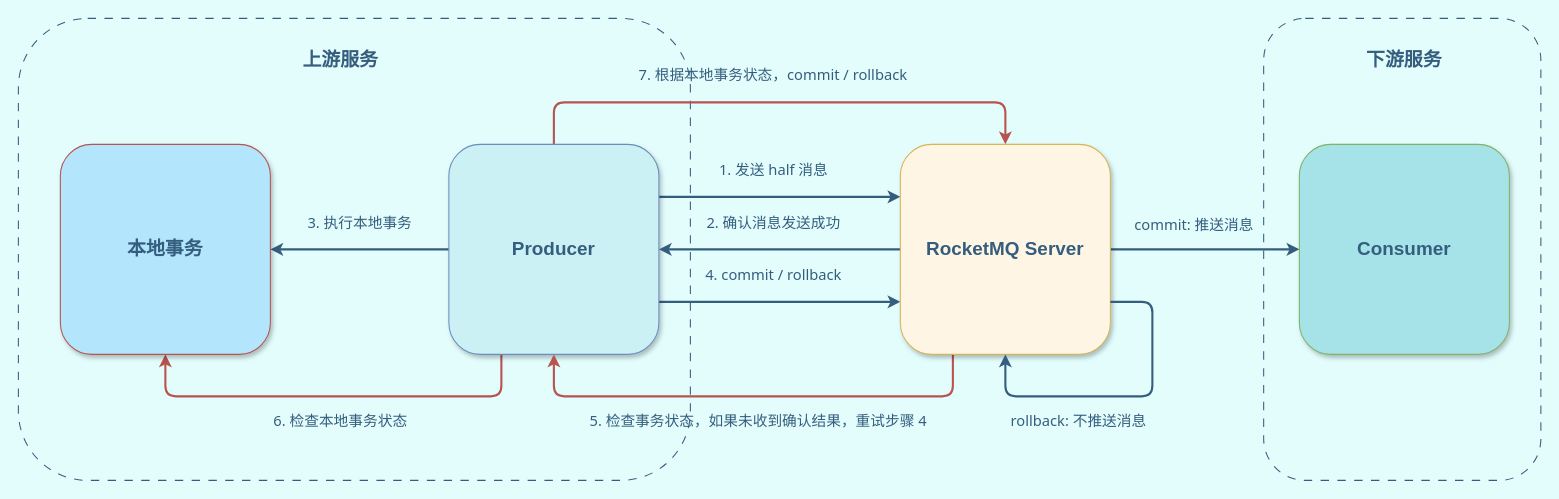
This is page "MQ消息" (12 of 17) of assets/分布式/分布式协同/分布式事务.drawio from dunwu/waterdrop, a draw.io file, before an edit. Source tidied: cells renumbered, new cells numbered last; positions are measured from the earlier drawing's top-left corner, leaving out a move shared by most shapes. Both pictures are drawn from the tidied source at 105%, with x=0, y=0 at pixel (18, 18).
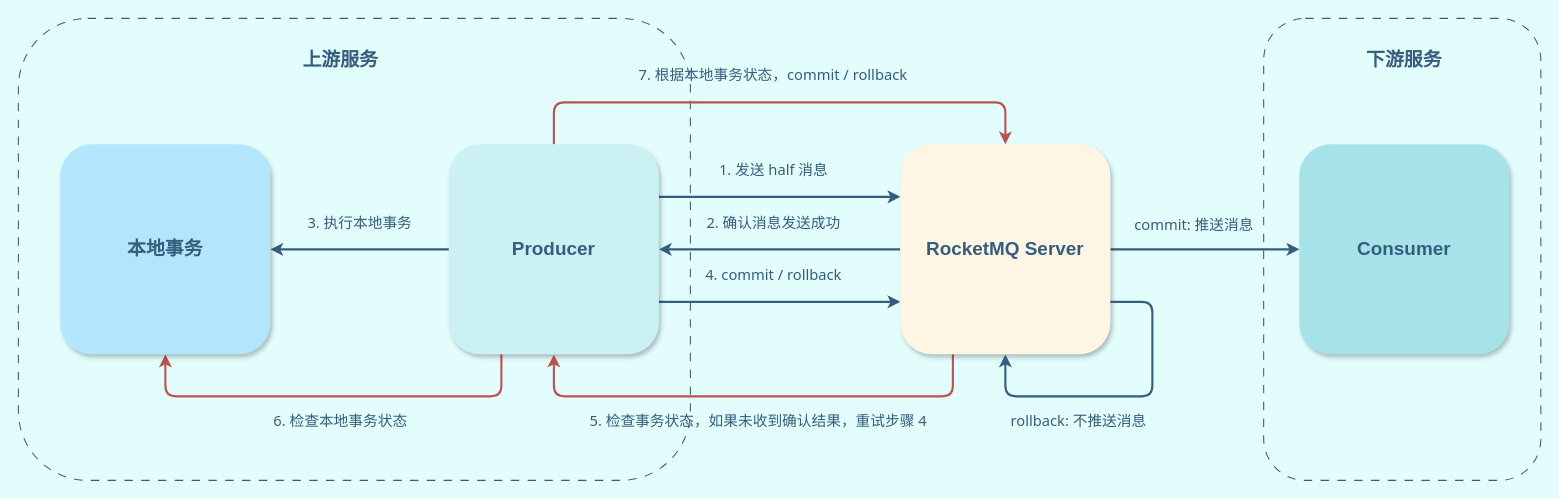
After the change.

Commit message (it also covers changes not shown here):
docs: 更新思维导图

Change to the diagram source:
```diff
@@
-    <mxCell id="9" value="Producer" style="rounded=1;whiteSpace=wrap;html=1;strokeColor=#6c8ebf;align=center;verticalAlign=middle;fontFamily=Helvetica;fontSize=18;fillColor=#CBF1F5;fontStyle=1;shadow=1;fontColor=#355E7E;" parent="1" vertex="1">
+    <mxCell id="9" value="Producer" style="rounded=1;whiteSpace=wrap;html=1;strokeColor=none;align=center;verticalAlign=middle;fontFamily=Helvetica;fontSize=18;fillColor=#CBF1F5;fontStyle=1;shadow=1;fontColor=#355E7E;" parent="1" vertex="1">
       <mxGeometry x="410" y="120" width="200" height="200" as="geometry" />
     </mxCell>
@@
-    <mxCell id="13" value="RocketMQ Server" style="rounded=1;whiteSpace=wrap;html=1;strokeColor=#d6b656;align=center;verticalAlign=middle;fontFamily=Helvetica;fontSize=18;fillColor=#FFF5E4;fontStyle=1;shadow=1;fontColor=#355E7E;" parent="1" vertex="1">
+    <mxCell id="13" value="RocketMQ Server" style="rounded=1;whiteSpace=wrap;html=1;strokeColor=none;align=center;verticalAlign=middle;fontFamily=Helvetica;fontSize=18;fillColor=#FFF5E4;fontStyle=1;shadow=1;fontColor=#355E7E;" parent="1" vertex="1">
       <mxGeometry x="840" y="120" width="200" height="200" as="geometry" />
     </mxCell>
@@
-    <mxCell id="17" value="本地事务" style="rounded=1;whiteSpace=wrap;html=1;strokeColor=#b85450;align=center;verticalAlign=middle;fontFamily=Helvetica;fontSize=18;fillColor=#B3E5FC;fontStyle=1;shadow=1;fontColor=#355E7E;" parent="1" vertex="1">
+    <mxCell id="17" value="本地事务" style="rounded=1;whiteSpace=wrap;html=1;strokeColor=none;align=center;verticalAlign=middle;fontFamily=Helvetica;fontSize=18;fillColor=#B3E5FC;fontStyle=1;shadow=1;fontColor=#355E7E;" parent="1" vertex="1">
       <mxGeometry x="40" y="120" width="200" height="200" as="geometry" />
     </mxCell>
@@
-    <mxCell id="22" value="Consumer" style="rounded=1;whiteSpace=wrap;html=1;strokeColor=#82b366;align=center;verticalAlign=middle;fontFamily=Helvetica;fontSize=18;fillColor=#A6E3E9;fontStyle=1;shadow=1;fontColor=#355E7E;" parent="1" vertex="1">
+    <mxCell id="22" value="Consumer" style="rounded=1;whiteSpace=wrap;html=1;strokeColor=none;align=center;verticalAlign=middle;fontFamily=Helvetica;fontSize=18;fillColor=#A6E3E9;fontStyle=1;shadow=1;fontColor=#355E7E;" parent="1" vertex="1">
       <mxGeometry x="1220" y="120" width="200" height="200" as="geometry" />
     </mxCell>
```
